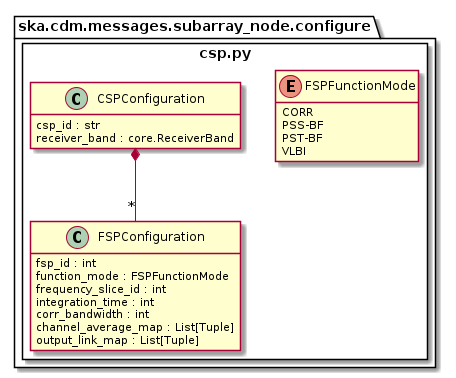
Earlier version of the PlantUML export docs/src/developer/subarraynode/csp.png (ska-telescope/cdm-shared-library).
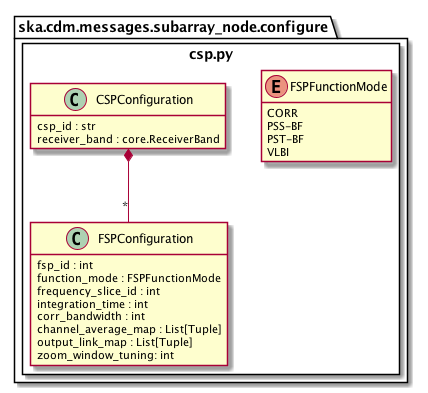
After the commit.

Commit message:
Add FSPConfiguration zoom window tuning to diagrams

The edit, as a diff of the source:
```diff
@@ -19,6 +19,7 @@
 			corr_bandwidth : int
 			channel_average_map : List[Tuple]
 			output_link_map : List[Tuple]
+			zoom_window_tuning: int
 		}
 
 		class CSPConfiguration {
```
